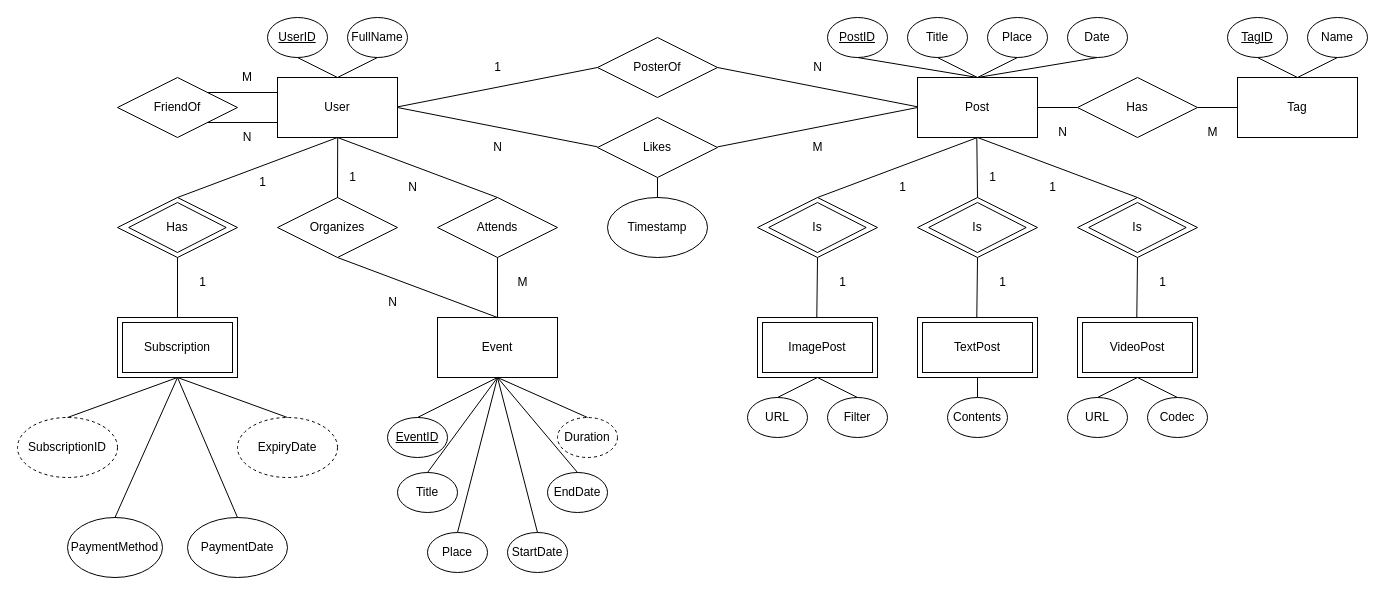
Sm0n1/dbas keeps this draw.io diagram as hw1.drawio. Above is the earlier version. Source tidied: cells renumbered, new cells numbered last; positions are measured from the earlier drawing's top-left corner, leaving out a move shared by most shapes. Both pictures are drawn from the tidied source at 100%, with x=0, y=0 at pixel (17, 17).
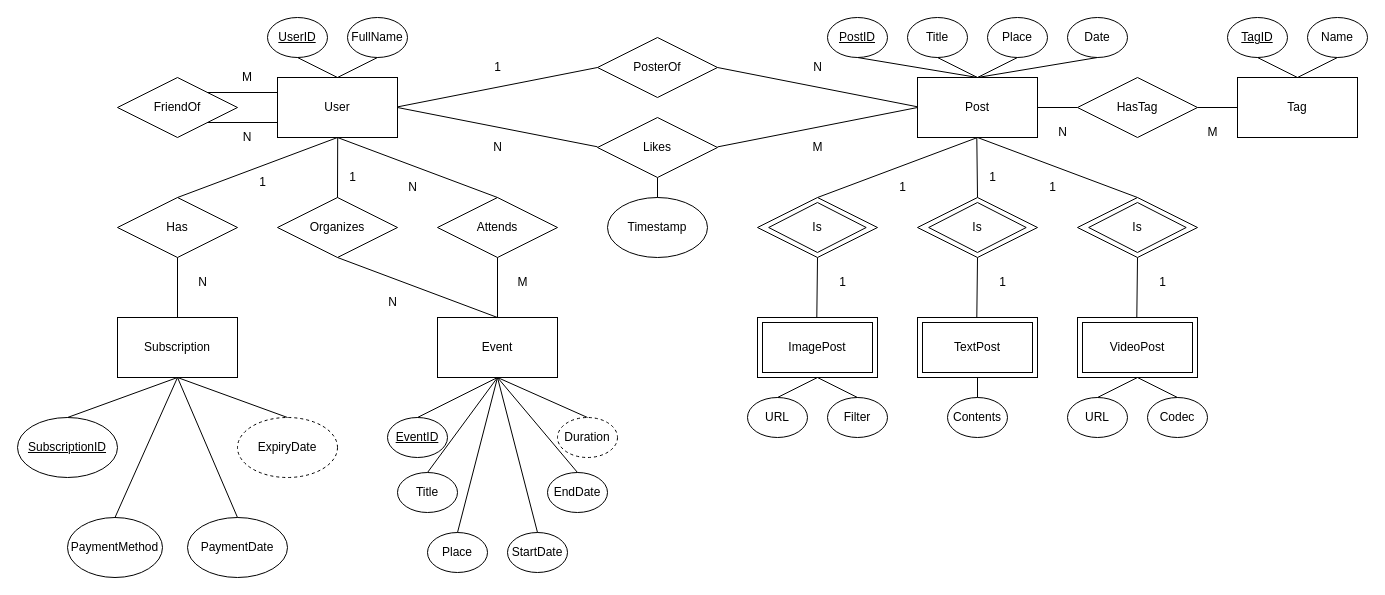
After the change.

Diff of the diagram source:
```diff
@@
-    <mxCell id="2" style="rounded=0;whiteSpace=wrap;html=1;" parent="1" vertex="1">
+    <mxCell id="2" value="Subscription" style="rounded=0;whiteSpace=wrap;html=1;" parent="1" vertex="1">
       <mxGeometry x="100" y="300" width="120" height="60" as="geometry" />
     </mxCell>
@@
-    <mxCell id="45" value="Has" style="text;html=1;align=center;verticalAlign=middle;whiteSpace=wrap;rounded=0;" parent="1" vertex="1">
+    <mxCell id="45" value="HasTag" style="text;html=1;align=center;verticalAlign=middle;whiteSpace=wrap;rounded=0;" parent="1" vertex="1">
       <mxGeometry x="1090" y="75" width="60" height="30" as="geometry" />
     </mxCell>
@@
-    <mxCell id="81" value="SubscriptionID" style="ellipse;whiteSpace=wrap;html=1;rounded=0;fontStyle=0;dashed=1;" parent="1" vertex="1">
+    <mxCell id="81" value="&lt;u&gt;SubscriptionID&lt;/u&gt;" style="ellipse;whiteSpace=wrap;html=1;rounded=0;fontStyle=0;" parent="1" vertex="1">
       <mxGeometry y="400" width="100" height="60" as="geometry" />
     </mxCell>
@@
-    <mxCell id="91" style="rhombus;whiteSpace=wrap;html=1;rounded=0;" parent="1" vertex="1">
+    <mxCell id="91" value="Has" style="rhombus;whiteSpace=wrap;html=1;rounded=0;" parent="1" vertex="1">
       <mxGeometry x="100" y="180" width="120" height="60" as="geometry" />
     </mxCell>
@@
-    <mxCell id="104" value="Has" style="rhombus;whiteSpace=wrap;html=1;" parent="1" vertex="1">
-      <mxGeometry x="111.2" y="185" width="97.5" height="50" as="geometry" />
-    </mxCell>
-    <mxCell id="105" value="Subscription" style="rounded=0;whiteSpace=wrap;html=1;" parent="1" vertex="1">
-      <mxGeometry x="105" y="305" width="110" height="50" as="geometry" />
-    </mxCell>
-    <mxCell id="106" value="1" style="text;html=1;align=center;verticalAlign=middle;strokeColor=none;fillColor=none;" parent="1" vertex="1">
+    <mxCell id="106" value="N" style="text;html=1;align=center;verticalAlign=middle;strokeColor=none;fillColor=none;" parent="1" vertex="1">
       <mxGeometry x="170" y="250" width="30" height="30" as="geometry" />
     </mxCell>
```
